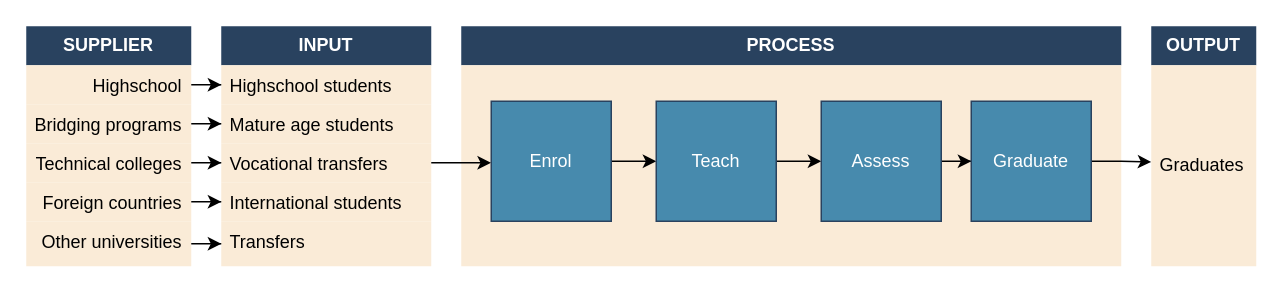
Woolfrey/woolfrey.github.io keeps this draw.io diagram as page "sipo" (2 of 5) of assets/docs/posts/2025/sipoc.drawio. Above is the earlier version. Source tidied: cells renumbered, new cells numbered last; positions are measured from the earlier drawing's top-left corner, leaving out a move shared by most shapes. Both pictures are drawn from the tidied source at 150%, with x=0, y=0 at pixel (26, 26).
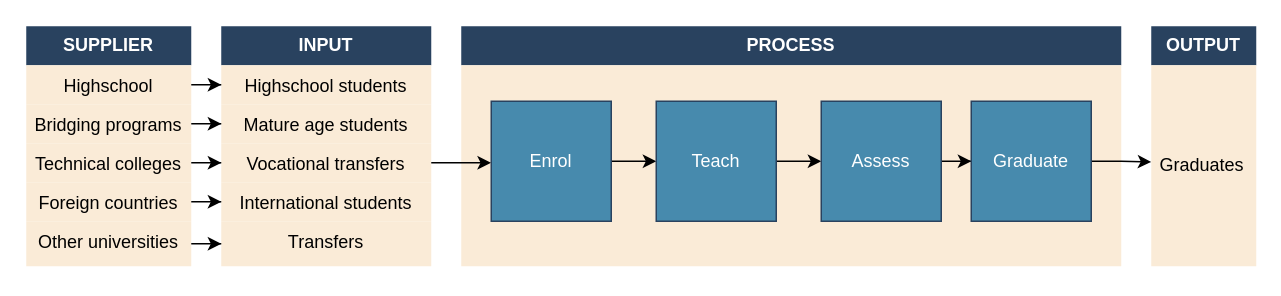
The same diagram, later.

The change refers to these unchanged cells:
```xml
<mxCell id="12" value="&lt;b&gt;&lt;font color=&quot;#ffffff&quot;&gt;INPUT&lt;/font&gt;&lt;/b&gt;" style="swimlane;fontStyle=0;horizontal=1;startSize=26;fillColor=#29425F;whiteSpace=wrap;html=1;strokeColor=none;" parent="1" vertex="1">
  <mxGeometry x="130" width="140" height="160" as="geometry" />
</mxCell>
<mxCell id="21" value="&lt;b&gt;&lt;font color=&quot;#ffffff&quot;&gt;SUPPLIER&lt;/font&gt;&lt;/b&gt;" style="swimlane;fontStyle=0;horizontal=1;startSize=26;fillColor=#29425F;whiteSpace=wrap;html=1;strokeColor=none;" parent="1" vertex="1">
  <mxGeometry width="110" height="160" as="geometry" />
</mxCell>
```

Diff of the diagram source:
```diff
@@
-    <mxCell id="13" value="Highschool students" style="text;strokeColor=none;fillColor=#FAEBD7;align=left;verticalAlign=top;spacingLeft=4;spacingRight=4;overflow=hidden;points=[[0,0.5],[1,0.5]];portConstraint=eastwest;whiteSpace=wrap;html=1;" parent="12" vertex="1">
+    <mxCell id="13" value="Highschool students" style="text;strokeColor=none;fillColor=#FAEBD7;align=center;verticalAlign=top;spacingLeft=4;spacingRight=4;overflow=hidden;points=[[0,0.5],[1,0.5]];portConstraint=eastwest;whiteSpace=wrap;html=1;" parent="12" vertex="1">
       <mxGeometry y="26" width="140" height="26" as="geometry" />
     </mxCell>
-    <mxCell id="14" value="Mature age students" style="text;strokeColor=none;fillColor=#FAEBD7;align=left;verticalAlign=top;spacingLeft=4;spacingRight=4;overflow=hidden;points=[[0,0.5],[1,0.5]];portConstraint=eastwest;whiteSpace=wrap;html=1;" parent="12" vertex="1">
+    <mxCell id="14" value="Mature age students" style="text;strokeColor=none;fillColor=#FAEBD7;align=center;verticalAlign=top;spacingLeft=4;spacingRight=4;overflow=hidden;points=[[0,0.5],[1,0.5]];portConstraint=eastwest;whiteSpace=wrap;html=1;" parent="12" vertex="1">
       <mxGeometry y="52" width="140" height="26" as="geometry" />
     </mxCell>
-    <mxCell id="15" value="Vocational transfers" style="text;strokeColor=none;fillColor=#FAEBD7;align=left;verticalAlign=top;spacingLeft=4;spacingRight=4;overflow=hidden;points=[[0,0.5],[1,0.5]];portConstraint=eastwest;whiteSpace=wrap;html=1;" parent="12" vertex="1">
+    <mxCell id="15" value="Vocational transfers" style="text;strokeColor=none;fillColor=#FAEBD7;align=center;verticalAlign=top;spacingLeft=4;spacingRight=4;overflow=hidden;points=[[0,0.5],[1,0.5]];portConstraint=eastwest;whiteSpace=wrap;html=1;" parent="12" vertex="1">
       <mxGeometry y="78" width="140" height="26" as="geometry" />
     </mxCell>
-    <mxCell id="16" value="International students" style="text;strokeColor=none;fillColor=#FAEBD7;align=left;verticalAlign=top;spacingLeft=4;spacingRight=4;overflow=hidden;points=[[0,0.5],[1,0.5]];portConstraint=eastwest;whiteSpace=wrap;html=1;" parent="12" vertex="1">
+    <mxCell id="16" value="International students" style="text;strokeColor=none;fillColor=#FAEBD7;align=center;verticalAlign=top;spacingLeft=4;spacingRight=4;overflow=hidden;points=[[0,0.5],[1,0.5]];portConstraint=eastwest;whiteSpace=wrap;html=1;" parent="12" vertex="1">
       <mxGeometry y="104" width="140" height="26" as="geometry" />
     </mxCell>
-    <mxCell id="17" value="Transfers" style="text;strokeColor=none;fillColor=#FAEBD7;align=left;verticalAlign=top;spacingLeft=4;spacingRight=4;overflow=hidden;points=[[0,0.5],[1,0.5]];portConstraint=eastwest;whiteSpace=wrap;html=1;" parent="12" vertex="1">
+    <mxCell id="17" value="Transfers" style="text;strokeColor=none;fillColor=#FAEBD7;align=center;verticalAlign=top;spacingLeft=4;spacingRight=4;overflow=hidden;points=[[0,0.5],[1,0.5]];portConstraint=eastwest;whiteSpace=wrap;html=1;" parent="12" vertex="1">
       <mxGeometry y="130" width="140" height="30" as="geometry" />
     </mxCell>
@@
-    <mxCell id="22" value="Highschool" style="text;strokeColor=none;fillColor=#FAEBD7;align=right;verticalAlign=top;spacingLeft=4;spacingRight=4;overflow=hidden;points=[[0,0.5],[1,0.5]];portConstraint=eastwest;whiteSpace=wrap;html=1;" parent="21" vertex="1">
+    <mxCell id="22" value="Highschool" style="text;strokeColor=none;fillColor=#FAEBD7;align=center;verticalAlign=top;spacingLeft=4;spacingRight=4;overflow=hidden;points=[[0,0.5],[1,0.5]];portConstraint=eastwest;whiteSpace=wrap;html=1;" parent="21" vertex="1">
       <mxGeometry y="26" width="110" height="26" as="geometry" />
     </mxCell>
-    <mxCell id="23" value="Bridging programs" style="text;strokeColor=none;fillColor=#FAEBD7;align=right;verticalAlign=top;spacingLeft=4;spacingRight=4;overflow=hidden;points=[[0,0.5],[1,0.5]];portConstraint=eastwest;whiteSpace=wrap;html=1;" parent="21" vertex="1">
+    <mxCell id="23" value="Bridging programs" style="text;strokeColor=none;fillColor=#FAEBD7;align=center;verticalAlign=top;spacingLeft=4;spacingRight=4;overflow=hidden;points=[[0,0.5],[1,0.5]];portConstraint=eastwest;whiteSpace=wrap;html=1;" parent="21" vertex="1">
       <mxGeometry y="52" width="110" height="26" as="geometry" />
     </mxCell>
-    <mxCell id="24" value="Technical colleges" style="text;strokeColor=none;fillColor=#FAEBD7;align=right;verticalAlign=top;spacingLeft=4;spacingRight=4;overflow=hidden;points=[[0,0.5],[1,0.5]];portConstraint=eastwest;whiteSpace=wrap;html=1;" parent="21" vertex="1">
+    <mxCell id="24" value="Technical colleges" style="text;strokeColor=none;fillColor=#FAEBD7;align=center;verticalAlign=top;spacingLeft=4;spacingRight=4;overflow=hidden;points=[[0,0.5],[1,0.5]];portConstraint=eastwest;whiteSpace=wrap;html=1;" parent="21" vertex="1">
       <mxGeometry y="78" width="110" height="26" as="geometry" />
     </mxCell>
-    <mxCell id="25" value="Foreign countries" style="text;strokeColor=none;fillColor=#FAEBD7;align=right;verticalAlign=top;spacingLeft=4;spacingRight=4;overflow=hidden;points=[[0,0.5],[1,0.5]];portConstraint=eastwest;whiteSpace=wrap;html=1;" parent="21" vertex="1">
+    <mxCell id="25" value="Foreign countries" style="text;strokeColor=none;fillColor=#FAEBD7;align=center;verticalAlign=top;spacingLeft=4;spacingRight=4;overflow=hidden;points=[[0,0.5],[1,0.5]];portConstraint=eastwest;whiteSpace=wrap;html=1;" parent="21" vertex="1">
       <mxGeometry y="104" width="110" height="26" as="geometry" />
     </mxCell>
-    <mxCell id="26" value="Other universities" style="text;strokeColor=none;fillColor=#FAEBD7;align=right;verticalAlign=top;spacingLeft=4;spacingRight=4;overflow=hidden;points=[[0,0.5],[1,0.5]];portConstraint=eastwest;whiteSpace=wrap;html=1;" parent="21" vertex="1">
+    <mxCell id="26" value="Other universities" style="text;strokeColor=none;fillColor=#FAEBD7;align=center;verticalAlign=top;spacingLeft=4;spacingRight=4;overflow=hidden;points=[[0,0.5],[1,0.5]];portConstraint=eastwest;whiteSpace=wrap;html=1;" parent="21" vertex="1">
       <mxGeometry y="130" width="110" height="30" as="geometry" />
     </mxCell>
```
